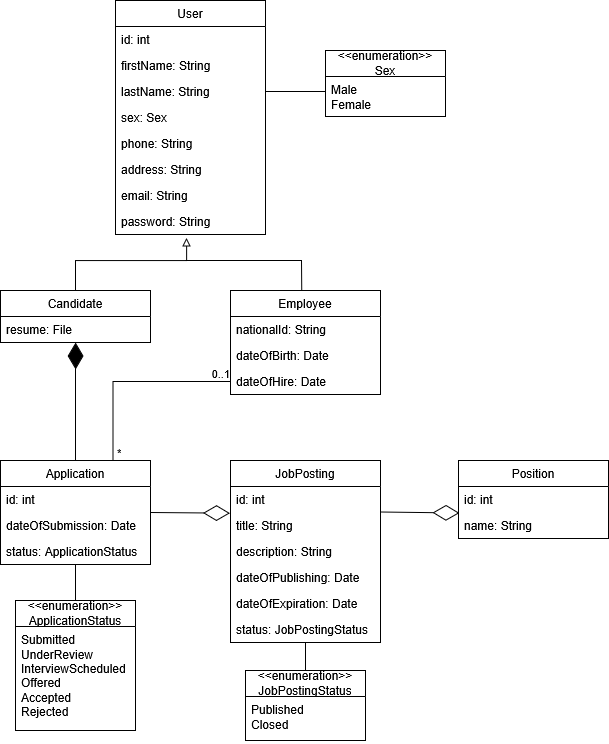
vuk1011/job-application-system keeps this draw.io diagram as UML-ClassDiagram.png. Above is the earlier version. Source tidied: cells renumbered, new cells last; positions are measured from the earlier drawing's top-left corner, leaving out a move shared by most shapes. Its diagram source:
```xml
<mxGraphModel background="#ffffff">
  <root>
    <mxCell id="0" />
    <mxCell id="1" parent="0" />
    <mxCell id="2" value="&lt;div&gt;User&lt;/div&gt;" style="swimlane;fontStyle=0;horizontal=1;startSize=26;fillColor=none;whiteSpace=wrap;html=1;labelBackgroundColor=none;" parent="1" vertex="1">
      <mxGeometry x="115" width="150" height="234" as="geometry" />
    </mxCell>
    <mxCell id="3" value="id: int" style="text;strokeColor=none;fillColor=none;align=left;verticalAlign=top;spacingLeft=4;spacingRight=4;overflow=hidden;whiteSpace=wrap;html=1;labelBackgroundColor=none;" parent="2" vertex="1">
      <mxGeometry y="26" width="150" height="26" as="geometry" />
    </mxCell>
    <mxCell id="4" value="&lt;div&gt;firstName: String&lt;/div&gt;" style="text;strokeColor=none;fillColor=none;align=left;verticalAlign=top;spacingLeft=4;spacingRight=4;overflow=hidden;whiteSpace=wrap;html=1;labelBackgroundColor=none;" parent="2" vertex="1">
      <mxGeometry y="52" width="150" height="26" as="geometry" />
    </mxCell>
    <mxCell id="5" value="lastName: String" style="text;strokeColor=none;fillColor=none;align=left;verticalAlign=top;spacingLeft=4;spacingRight=4;overflow=hidden;points=[[0,0.5],[1,0.5]];portConstraint=eastwest;whiteSpace=wrap;html=1;labelBackgroundColor=none;" parent="2" vertex="1">
      <mxGeometry y="78" width="150" height="26" as="geometry" />
    </mxCell>
    <mxCell id="6" value="sex: Sex" style="text;strokeColor=none;fillColor=none;align=left;verticalAlign=top;spacingLeft=4;spacingRight=4;overflow=hidden;whiteSpace=wrap;html=1;labelBackgroundColor=none;" parent="2" vertex="1">
      <mxGeometry y="104" width="150" height="26" as="geometry" />
    </mxCell>
    <mxCell id="7" value="phone: String" style="text;strokeColor=none;fillColor=none;align=left;verticalAlign=top;spacingLeft=4;spacingRight=4;overflow=hidden;whiteSpace=wrap;html=1;labelBackgroundColor=none;" parent="2" vertex="1">
      <mxGeometry y="130" width="150" height="26" as="geometry" />
    </mxCell>
    <mxCell id="8" value="address: String" style="text;strokeColor=none;fillColor=none;align=left;verticalAlign=top;spacingLeft=4;spacingRight=4;overflow=hidden;whiteSpace=wrap;html=1;labelBackgroundColor=none;" parent="2" vertex="1">
      <mxGeometry y="156" width="150" height="26" as="geometry" />
    </mxCell>
    <mxCell id="9" value="email: String" style="text;strokeColor=none;fillColor=none;align=left;verticalAlign=top;spacingLeft=4;spacingRight=4;overflow=hidden;whiteSpace=wrap;html=1;labelBackgroundColor=none;" parent="2" vertex="1">
      <mxGeometry y="182" width="150" height="26" as="geometry" />
    </mxCell>
    <mxCell id="10" value="password: String" style="text;strokeColor=none;fillColor=none;align=left;verticalAlign=top;spacingLeft=4;spacingRight=4;overflow=hidden;points=[[0,0.5],[1,0.5]];portConstraint=eastwest;whiteSpace=wrap;html=1;labelBackgroundColor=none;" parent="2" vertex="1">
      <mxGeometry y="208" width="150" height="26" as="geometry" />
    </mxCell>
    <mxCell id="11" value="&lt;div&gt;&amp;lt;&amp;lt;enumeration&amp;gt;&amp;gt;&lt;/div&gt;&lt;div&gt;Sex&lt;/div&gt;" style="swimlane;fontStyle=0;horizontal=1;startSize=26;fillColor=none;whiteSpace=wrap;html=1;labelBackgroundColor=none;" parent="1" vertex="1">
      <mxGeometry x="325" y="50" width="120" height="66" as="geometry" />
    </mxCell>
    <mxCell id="12" value="&lt;div&gt;Male&lt;/div&gt;&lt;div&gt;Female&lt;/div&gt;" style="text;strokeColor=none;fillColor=none;align=left;verticalAlign=top;spacingLeft=4;spacingRight=4;overflow=hidden;whiteSpace=wrap;html=1;labelBackgroundColor=none;" parent="11" vertex="1">
      <mxGeometry y="26" width="120" height="40" as="geometry" />
    </mxCell>
    <mxCell id="13" value="Candidate" style="swimlane;fontStyle=0;horizontal=1;startSize=26;fillColor=none;whiteSpace=wrap;html=1;labelBackgroundColor=none;" parent="1" vertex="1">
      <mxGeometry y="290" width="150" height="52" as="geometry" />
    </mxCell>
    <mxCell id="14" value="resume: File" style="text;strokeColor=none;fillColor=none;align=left;verticalAlign=top;spacingLeft=4;spacingRight=4;overflow=hidden;points=[[0,0.5],[1,0.5]];portConstraint=eastwest;whiteSpace=wrap;html=1;labelBackgroundColor=none;" parent="13" vertex="1">
      <mxGeometry y="26" width="150" height="26" as="geometry" />
    </mxCell>
    <mxCell id="15" value="Employee" style="swimlane;fontStyle=0;horizontal=1;startSize=26;fillColor=none;whiteSpace=wrap;html=1;labelBackgroundColor=none;" parent="1" vertex="1">
      <mxGeometry x="230" y="290" width="150" height="104" as="geometry" />
    </mxCell>
    <mxCell id="16" value="nationalId: String" style="text;strokeColor=none;fillColor=none;align=left;verticalAlign=top;spacingLeft=4;spacingRight=4;overflow=hidden;whiteSpace=wrap;html=1;labelBackgroundColor=none;" parent="15" vertex="1">
      <mxGeometry y="26" width="150" height="26" as="geometry" />
    </mxCell>
    <mxCell id="17" value="dateOfBirth: Date" style="text;strokeColor=none;fillColor=none;align=left;verticalAlign=top;spacingLeft=4;spacingRight=4;overflow=hidden;whiteSpace=wrap;html=1;labelBackgroundColor=none;" parent="15" vertex="1">
      <mxGeometry y="52" width="150" height="26" as="geometry" />
    </mxCell>
    <mxCell id="18" value="dateOfHire: Date" style="text;strokeColor=none;fillColor=none;align=left;verticalAlign=top;spacingLeft=4;spacingRight=4;overflow=hidden;points=[[0,0.5],[1,0.5]];portConstraint=eastwest;whiteSpace=wrap;html=1;labelBackgroundColor=none;" parent="15" vertex="1">
      <mxGeometry y="78" width="150" height="26" as="geometry" />
    </mxCell>
    <mxCell id="19" value="Application" style="swimlane;fontStyle=0;horizontal=1;startSize=26;fillColor=none;whiteSpace=wrap;html=1;labelBackgroundColor=none;" parent="1" vertex="1">
      <mxGeometry y="460" width="150" height="104" as="geometry" />
    </mxCell>
    <mxCell id="20" value="id: int" style="text;strokeColor=none;fillColor=none;align=left;verticalAlign=top;spacingLeft=4;spacingRight=4;overflow=hidden;whiteSpace=wrap;html=1;labelBackgroundColor=none;" parent="19" vertex="1">
      <mxGeometry y="26" width="150" height="26" as="geometry" />
    </mxCell>
    <mxCell id="21" value="dateOfSubmission: Date" style="text;strokeColor=none;fillColor=none;align=left;verticalAlign=top;spacingLeft=4;spacingRight=4;overflow=hidden;whiteSpace=wrap;html=1;labelBackgroundColor=none;" parent="19" vertex="1">
      <mxGeometry y="52" width="150" height="26" as="geometry" />
    </mxCell>
    <mxCell id="22" value="status: ApplicationStatus" style="text;strokeColor=none;fillColor=none;align=left;verticalAlign=top;spacingLeft=4;spacingRight=4;overflow=hidden;whiteSpace=wrap;html=1;labelBackgroundColor=none;" parent="19" vertex="1">
      <mxGeometry y="78" width="150" height="26" as="geometry" />
    </mxCell>
    <mxCell id="23" value="&lt;div&gt;&amp;lt;&amp;lt;enumeration&amp;gt;&amp;gt;&lt;/div&gt;&lt;div&gt;ApplicationStatus&lt;/div&gt;" style="swimlane;fontStyle=0;horizontal=1;startSize=26;fillColor=none;whiteSpace=wrap;html=1;labelBackgroundColor=none;" parent="1" vertex="1">
      <mxGeometry x="15" y="600" width="120" height="130" as="geometry" />
    </mxCell>
    <mxCell id="24" value="&lt;div&gt;Submitted&lt;/div&gt;&lt;div&gt;UnderReview&lt;/div&gt;&lt;div&gt;InterviewScheduled&lt;/div&gt;&lt;div&gt;Offered&lt;/div&gt;&lt;div&gt;Accepted&lt;/div&gt;&lt;div&gt;Rejected&lt;/div&gt;" style="text;strokeColor=none;fillColor=none;align=left;verticalAlign=top;spacingLeft=4;spacingRight=4;overflow=hidden;whiteSpace=wrap;html=1;labelBackgroundColor=none;" parent="23" vertex="1">
      <mxGeometry y="26" width="120" height="104" as="geometry" />
    </mxCell>
    <mxCell id="25" value="JobPosting" style="swimlane;fontStyle=0;horizontal=1;startSize=26;fillColor=none;whiteSpace=wrap;html=1;labelBackgroundColor=none;" parent="1" vertex="1">
      <mxGeometry x="230" y="460" width="150" height="182" as="geometry" />
    </mxCell>
    <mxCell id="26" value="id: int" style="text;strokeColor=none;fillColor=none;align=left;verticalAlign=top;spacingLeft=4;spacingRight=4;overflow=hidden;whiteSpace=wrap;html=1;labelBackgroundColor=none;" parent="25" vertex="1">
      <mxGeometry y="26" width="150" height="26" as="geometry" />
    </mxCell>
    <mxCell id="27" value="title: String" style="text;strokeColor=none;fillColor=none;align=left;verticalAlign=top;spacingLeft=4;spacingRight=4;overflow=hidden;points=[[0,0.5],[1,0.5]];portConstraint=eastwest;whiteSpace=wrap;html=1;labelBackgroundColor=none;" parent="25" vertex="1">
      <mxGeometry y="52" width="150" height="26" as="geometry" />
    </mxCell>
    <mxCell id="28" value="description: String" style="text;strokeColor=none;fillColor=none;align=left;verticalAlign=top;spacingLeft=4;spacingRight=4;overflow=hidden;whiteSpace=wrap;html=1;labelBackgroundColor=none;" parent="25" vertex="1">
      <mxGeometry y="78" width="150" height="26" as="geometry" />
    </mxCell>
    <mxCell id="29" value="dateOfPublishing: Date" style="text;strokeColor=none;fillColor=none;align=left;verticalAlign=top;spacingLeft=4;spacingRight=4;overflow=hidden;whiteSpace=wrap;html=1;labelBackgroundColor=none;" parent="25" vertex="1">
      <mxGeometry y="104" width="150" height="26" as="geometry" />
    </mxCell>
    <mxCell id="30" value="dateOfExpiration: Date" style="text;strokeColor=none;fillColor=none;align=left;verticalAlign=top;spacingLeft=4;spacingRight=4;overflow=hidden;whiteSpace=wrap;html=1;labelBackgroundColor=none;" parent="25" vertex="1">
      <mxGeometry y="130" width="150" height="26" as="geometry" />
    </mxCell>
    <mxCell id="31" value="status: JobPostingStatus" style="text;strokeColor=none;fillColor=none;align=left;verticalAlign=top;spacingLeft=4;spacingRight=4;overflow=hidden;whiteSpace=wrap;html=1;labelBackgroundColor=none;" parent="25" vertex="1">
      <mxGeometry y="156" width="150" height="26" as="geometry" />
    </mxCell>
    <mxCell id="32" value="&lt;div&gt;&amp;lt;&amp;lt;enumeration&amp;gt;&amp;gt;&lt;/div&gt;&lt;div&gt;JobPostingStatus&lt;/div&gt;" style="swimlane;fontStyle=0;horizontal=1;startSize=26;fillColor=none;whiteSpace=wrap;html=1;labelBackgroundColor=none;" parent="1" vertex="1">
      <mxGeometry x="245" y="670" width="120" height="70" as="geometry" />
    </mxCell>
    <mxCell id="33" value="&lt;div&gt;Published&lt;/div&gt;&lt;div&gt;Closed&lt;/div&gt;" style="text;strokeColor=none;fillColor=none;align=left;verticalAlign=top;spacingLeft=4;spacingRight=4;overflow=hidden;whiteSpace=wrap;html=1;labelBackgroundColor=none;" parent="32" vertex="1">
      <mxGeometry y="26" width="120" height="44" as="geometry" />
    </mxCell>
    <mxCell id="34" value="Position" style="swimlane;fontStyle=0;horizontal=1;startSize=26;fillColor=none;whiteSpace=wrap;html=1;labelBackgroundColor=none;" parent="1" vertex="1">
      <mxGeometry x="458" y="460" width="150" height="78" as="geometry" />
    </mxCell>
    <mxCell id="35" value="id: int" style="text;strokeColor=none;fillColor=none;align=left;verticalAlign=top;spacingLeft=4;spacingRight=4;overflow=hidden;whiteSpace=wrap;html=1;labelBackgroundColor=none;" parent="34" vertex="1">
      <mxGeometry y="26" width="150" height="26" as="geometry" />
    </mxCell>
    <mxCell id="36" value="name: String" style="text;strokeColor=none;fillColor=none;align=left;verticalAlign=top;spacingLeft=4;spacingRight=4;overflow=hidden;whiteSpace=wrap;html=1;labelBackgroundColor=none;" parent="34" vertex="1">
      <mxGeometry y="52" width="150" height="26" as="geometry" />
    </mxCell>
    <mxCell id="37" style="endArrow=none;html=1;edgeStyle=orthogonalEdgeStyle;rounded=0;exitX=1;exitY=0.5;exitDx=0;exitDy=0;labelBackgroundColor=none;fontColor=default;" parent="1" edge="1" source="5">
      <mxGeometry relative="1" as="geometry">
        <mxPoint x="325" y="91" as="targetPoint" />
      </mxGeometry>
    </mxCell>
    <mxCell id="38" style="endArrow=block;html=1;endFill=0;edgeStyle=elbowEdgeStyle;elbow=vertical;rounded=0;exitX=0.5;exitY=0;exitDx=0;exitDy=0;entryX=0.474;entryY=1.128;entryDx=0;entryDy=0;entryPerimeter=0;labelBackgroundColor=none;fontColor=default;" parent="1" edge="1" source="13" target="10">
      <mxGeometry relative="1" as="geometry">
        <Array as="points">
          <mxPoint x="35" y="260" />
        </Array>
      </mxGeometry>
    </mxCell>
    <mxCell id="39" style="endArrow=none;html=1;rounded=0;exitX=0.475;exitY=0.005;exitDx=0;exitDy=0;exitPerimeter=0;labelBackgroundColor=none;fontColor=default;" parent="1" edge="1" source="15">
      <mxGeometry relative="1" as="geometry">
        <mxPoint x="185" y="260" as="targetPoint" />
        <Array as="points">
          <mxPoint x="301" y="260" />
        </Array>
      </mxGeometry>
    </mxCell>
    <mxCell id="40" style="endArrow=none;html=1;rounded=0;entryX=0.5;entryY=1;entryDx=0;entryDy=0;exitX=0.5;exitY=0;exitDx=0;exitDy=0;labelBackgroundColor=none;fontColor=default;" parent="1" edge="1" source="23" target="19">
      <mxGeometry relative="1" as="geometry" />
    </mxCell>
    <mxCell id="41" style="endArrow=none;html=1;rounded=0;exitX=0.5;exitY=0;exitDx=0;exitDy=0;entryX=0.5;entryY=1;entryDx=0;entryDy=0;labelBackgroundColor=none;fontColor=default;" parent="1" edge="1" source="32" target="25">
      <mxGeometry relative="1" as="geometry" />
    </mxCell>
    <mxCell id="42" style="endArrow=diamondThin;endFill=0;endSize=24;html=1;rounded=0;exitX=1;exitY=0.5;exitDx=0;exitDy=0;entryX=-0.004;entryY=0.026;entryDx=0;entryDy=0;entryPerimeter=0;labelBackgroundColor=none;fontColor=default;" parent="1" edge="1" source="19" target="27">
      <mxGeometry relative="1" as="geometry" />
    </mxCell>
    <mxCell id="43" style="endArrow=none;html=1;edgeStyle=orthogonalEdgeStyle;rounded=0;exitX=0.75;exitY=0;exitDx=0;exitDy=0;entryX=0;entryY=0.5;entryDx=0;entryDy=0;labelBackgroundColor=none;fontColor=default;" parent="1" edge="1" source="19" target="18">
      <mxGeometry relative="1" as="geometry" />
    </mxCell>
    <mxCell id="44" value="*" style="edgeLabel;html=1;align=left;verticalAlign=bottom;labelBackgroundColor=none;" parent="43" vertex="1">
      <mxGeometry x="-1" relative="1" as="geometry">
        <mxPoint x="2" y="1" as="offset" />
      </mxGeometry>
    </mxCell>
    <mxCell id="45" value="&lt;div&gt;0..1&lt;/div&gt;" style="edgeLabel;html=1;align=right;verticalAlign=bottom;labelBackgroundColor=none;" parent="43" vertex="1">
      <mxGeometry x="1" relative="1" as="geometry">
        <mxPoint x="-1" y="1" as="offset" />
      </mxGeometry>
    </mxCell>
    <mxCell id="46" style="endArrow=diamondThin;endFill=1;endSize=24;html=1;rounded=0;exitX=0.5;exitY=0;exitDx=0;exitDy=0;entryX=0.5;entryY=0.996;entryDx=0;entryDy=0;entryPerimeter=0;labelBackgroundColor=none;fontColor=default;" parent="1" edge="1" source="19" target="14">
      <mxGeometry relative="1" as="geometry" />
    </mxCell>
    <mxCell id="47" style="endArrow=diamondThin;endFill=0;endSize=24;html=1;rounded=0;exitX=1;exitY=0.5;exitDx=0;exitDy=0;entryX=-0.004;entryY=0.026;entryDx=0;entryDy=0;entryPerimeter=0;labelBackgroundColor=none;fontColor=default;" parent="1" edge="1">
      <mxGeometry relative="1" as="geometry">
        <mxPoint x="380" y="511.5" as="sourcePoint" />
        <mxPoint x="459" y="512.5" as="targetPoint" />
      </mxGeometry>
    </mxCell>
  </root>
</mxGraphModel>
```
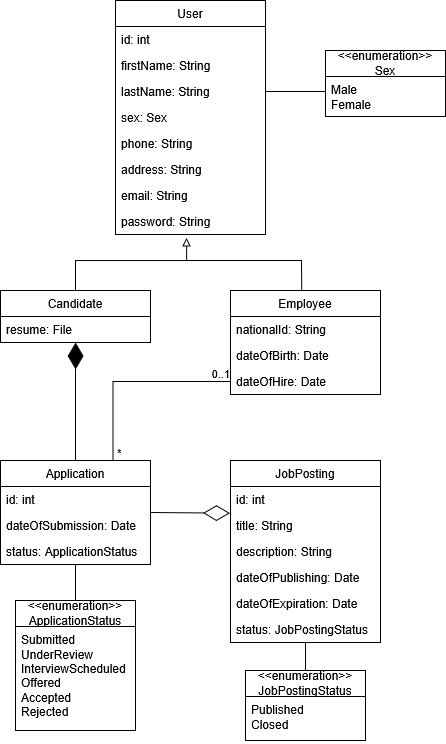
Later version of the same file.

Commit message:
Updated UML class diagram

The edit, as a diff of the source:
```diff
@@ -98,15 +98,6 @@
     <mxCell id="33" value="&lt;div&gt;Published&lt;/div&gt;&lt;div&gt;Closed&lt;/div&gt;" style="text;strokeColor=none;fillColor=none;align=left;verticalAlign=top;spacingLeft=4;spacingRight=4;overflow=hidden;whiteSpace=wrap;html=1;labelBackgroundColor=none;" parent="32" vertex="1">
       <mxGeometry y="26" width="120" height="44" as="geometry" />
     </mxCell>
-    <mxCell id="34" value="Position" style="swimlane;fontStyle=0;horizontal=1;startSize=26;fillColor=none;whiteSpace=wrap;html=1;labelBackgroundColor=none;" parent="1" vertex="1">
-      <mxGeometry x="458" y="460" width="150" height="78" as="geometry" />
-    </mxCell>
-    <mxCell id="35" value="id: int" style="text;strokeColor=none;fillColor=none;align=left;verticalAlign=top;spacingLeft=4;spacingRight=4;overflow=hidden;whiteSpace=wrap;html=1;labelBackgroundColor=none;" parent="34" vertex="1">
-      <mxGeometry y="26" width="150" height="26" as="geometry" />
-    </mxCell>
-    <mxCell id="36" value="name: String" style="text;strokeColor=none;fillColor=none;align=left;verticalAlign=top;spacingLeft=4;spacingRight=4;overflow=hidden;whiteSpace=wrap;html=1;labelBackgroundColor=none;" parent="34" vertex="1">
-      <mxGeometry y="52" width="150" height="26" as="geometry" />
-    </mxCell>
     <mxCell id="37" style="endArrow=none;html=1;edgeStyle=orthogonalEdgeStyle;rounded=0;exitX=1;exitY=0.5;exitDx=0;exitDy=0;labelBackgroundColor=none;fontColor=default;" parent="1" edge="1" source="5">
       <mxGeometry relative="1" as="geometry">
         <mxPoint x="325" y="91" as="targetPoint" />
@@ -152,11 +143,5 @@
     <mxCell id="46" style="endArrow=diamondThin;endFill=1;endSize=24;html=1;rounded=0;exitX=0.5;exitY=0;exitDx=0;exitDy=0;entryX=0.5;entryY=0.996;entryDx=0;entryDy=0;entryPerimeter=0;labelBackgroundColor=none;fontColor=default;" parent="1" edge="1" source="19" target="14">
       <mxGeometry relative="1" as="geometry" />
     </mxCell>
-    <mxCell id="47" style="endArrow=diamondThin;endFill=0;endSize=24;html=1;rounded=0;exitX=1;exitY=0.5;exitDx=0;exitDy=0;entryX=-0.004;entryY=0.026;entryDx=0;entryDy=0;entryPerimeter=0;labelBackgroundColor=none;fontColor=default;" parent="1" edge="1">
-      <mxGeometry relative="1" as="geometry">
-        <mxPoint x="380" y="511.5" as="sourcePoint" />
-        <mxPoint x="459" y="512.5" as="targetPoint" />
-      </mxGeometry>
-    </mxCell>
   </root>
 </mxGraphModel>
```
